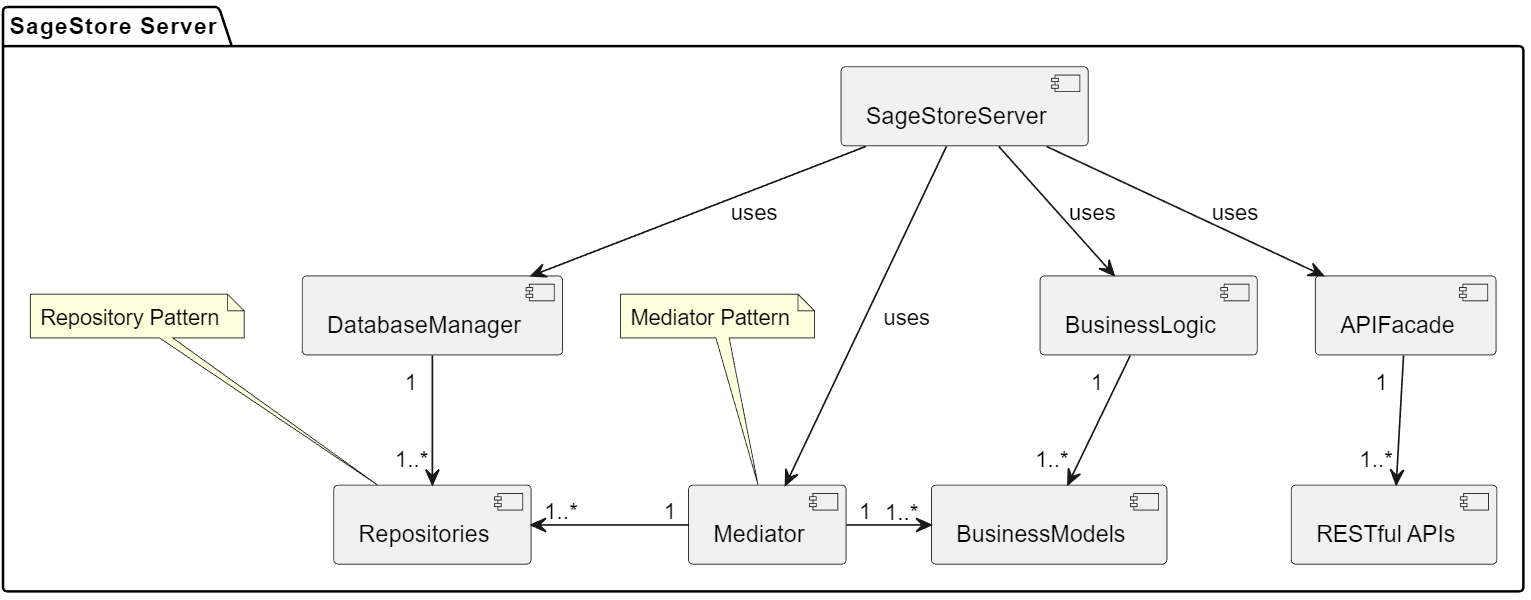
This is docs/server/Server_Design.png from Sage-Cat/SageStore, a PlantUML export, as it was before one commit. Its source is kept beside it as docs/server/plantuml/Server_Design.puml.
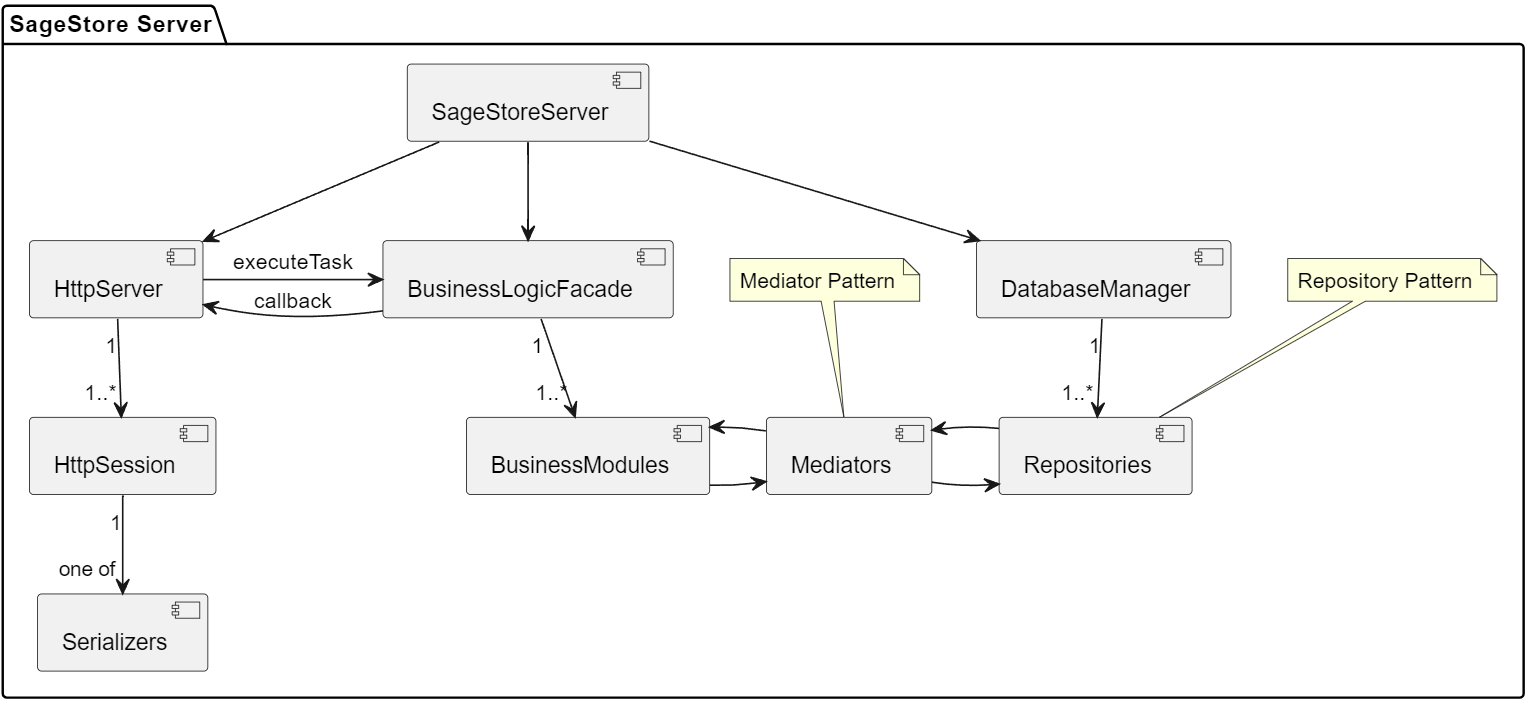
Later version of the same file.

Change to the diagram source:
```diff
@@ -3,31 +3,39 @@
 
 package "SageStore Server" {
     [SageStoreServer] as SSS
-    [RequestRouter] as AF
-    [BusinessLogic] as BL
+    [HttpServer] as HSer
+    [HttpSession] as HSes
+    [Serializers] as S
+    [BusinessLogicFacade] as BLF
+    [BusinessModules] as BM
+    [Mediators] as M
     [DatabaseManager] as DM
-    [Mediator] as M
-    [BusinessModels]
-    [Repositories]
+    [Repositories] as R
 
-    SSS -down-> AF : uses
-    SSS -down-> BL : uses
-    SSS -down-> DM : uses
-    SSS -down-> M : uses
+    SSS -down-> HSer
+    SSS -down-> BLF
+    SSS -down-> DM
 
-    AF -down-> [RESTful APIs] : "1  "   "1..*"
-    BL -down-> [BusinessModels] : "1   "   "1..*"
-    DM -down-> [Repositories] : "1  "   "1..*"
-    M -right-> [BusinessModels] : "1"   "1..*"
-    M -left-> [Repositories] : "1"   "1..*"
+    HSer -right-> BLF : "executeTask"
+    HSer <-right- BLF : "callback"
 
-    BL -[hidden]right-> AF
+    HSer "1"-down->"1..*" HSes
+    HSes "1"-down->"one of" S
+
+    BLF "1"-down->"1..*" BM
+
+    DM "1"-down->"1..*" R
+
+    BM -right-> M
+    BM <-right- M
+    M -right-> R
+    M <-right- R
 
     note "Mediator Pattern" as MediatorNote
     MediatorNote .. M
 
     note "Repository Pattern" as RepoNote
-    RepoNote .. [Repositories]
+    RepoNote .. R
 }
 
 @enduml
```
